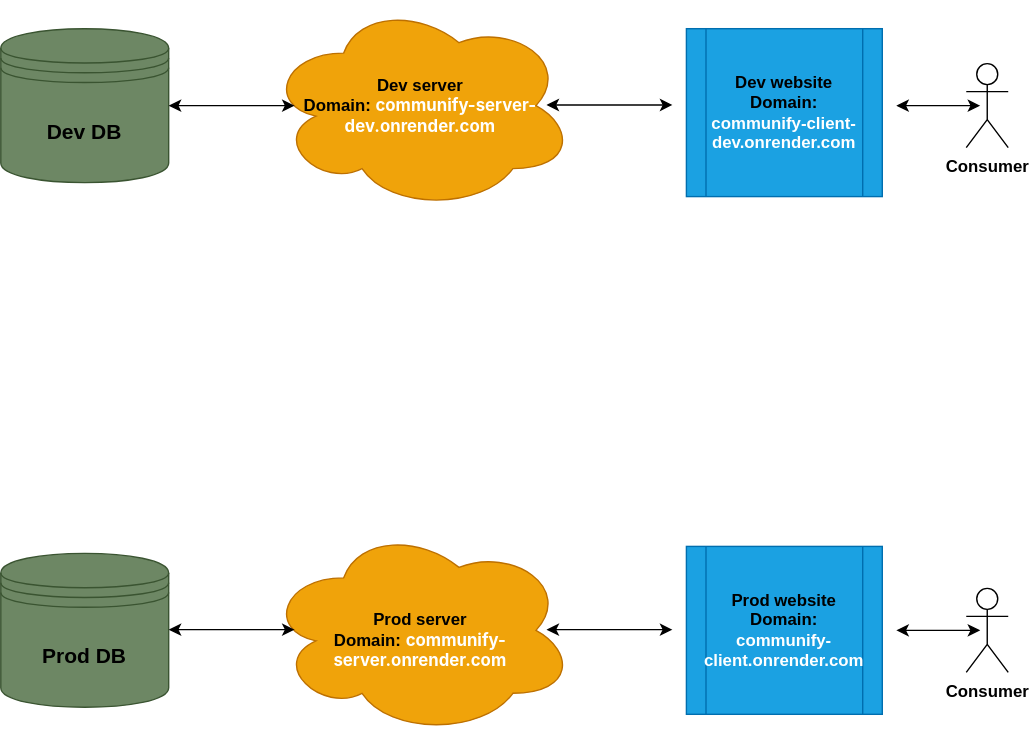
Above: docs/high_level_architecture.drawio.svg in C0mmunify/Communify-server (draw.io), before the change. Source tidied: cells renumbered, new cells last; positions are measured from the earlier drawing's top-left corner, leaving out a move shared by most shapes.
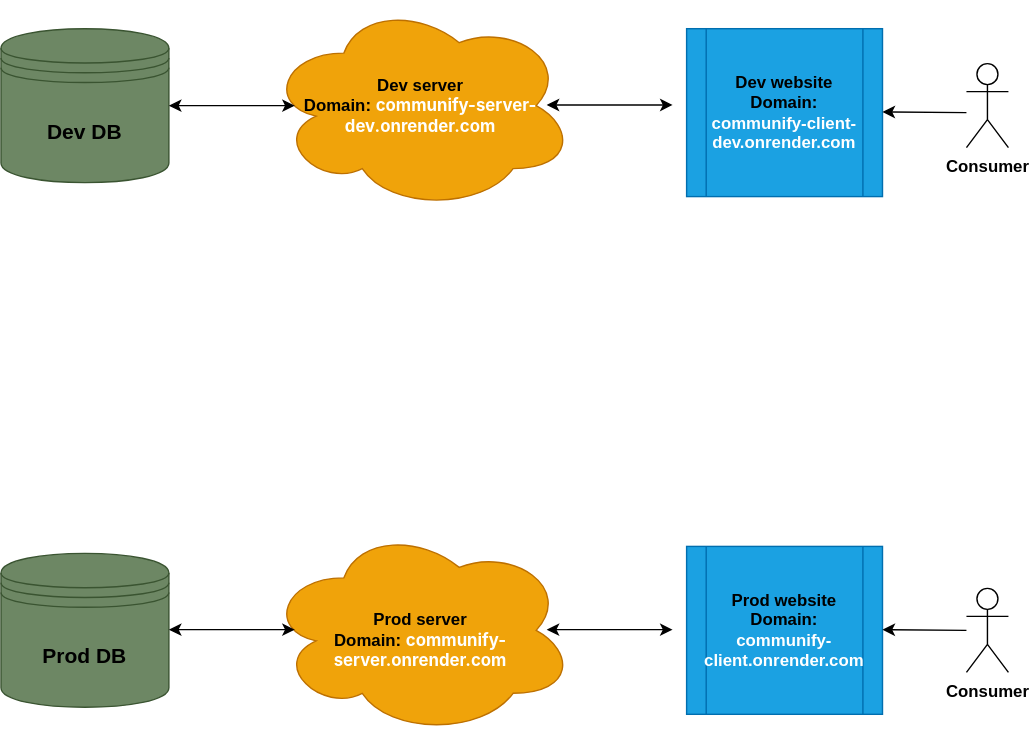
The same file after the commit.

Change to the diagram source:
```diff
@@ -49,17 +49,17 @@
     <mxCell id="13" value="&lt;font color=&quot;#000000&quot;&gt;Prod website&lt;br&gt;Domain:&lt;/font&gt; communify-client.onrender.com" style="shape=process;whiteSpace=wrap;html=1;backgroundOutline=1;labelBackgroundColor=none;fontColor=#ffffff;fontStyle=1;fillColor=#1ba1e2;strokeColor=#006EAF;" parent="1" vertex="1">
       <mxGeometry x="490" y="390" width="140" height="120" as="geometry" />
     </mxCell>
-    <mxCell id="14" style="endArrow=classic;startArrow=classic;html=1;" parent="1" edge="1">
-      <mxGeometry relative="1" as="geometry">
-        <mxPoint x="640" y="75" as="sourcePoint" />
-        <mxPoint x="700" y="75" as="targetPoint" />
-      </mxGeometry>
-    </mxCell>
-    <mxCell id="15" style="endArrow=classic;startArrow=classic;html=1;" parent="1" edge="1">
-      <mxGeometry relative="1" as="geometry">
-        <mxPoint x="640" y="450" as="sourcePoint" />
-        <mxPoint x="700" y="450" as="targetPoint" />
-      </mxGeometry>
-    </mxCell>
+    <mxCell id="16" style="endArrow=classic;html=1;" parent="1" edge="1">
+      <mxGeometry relative="1" as="geometry">
+        <mxPoint x="690" y="80" as="sourcePoint" />
+        <mxPoint x="630" y="79.5" as="targetPoint" />
+      </mxGeometry>
+    </mxCell>
+    <mxCell id="17" style="endArrow=classic;html=1;" parent="1" edge="1">
+      <mxGeometry relative="1" as="geometry">
+        <mxPoint x="690" y="450" as="sourcePoint" />
+        <mxPoint x="630" y="449.5" as="targetPoint" />
+      </mxGeometry>
+    </mxCell>
   </root>
 </mxGraphModel>
```
